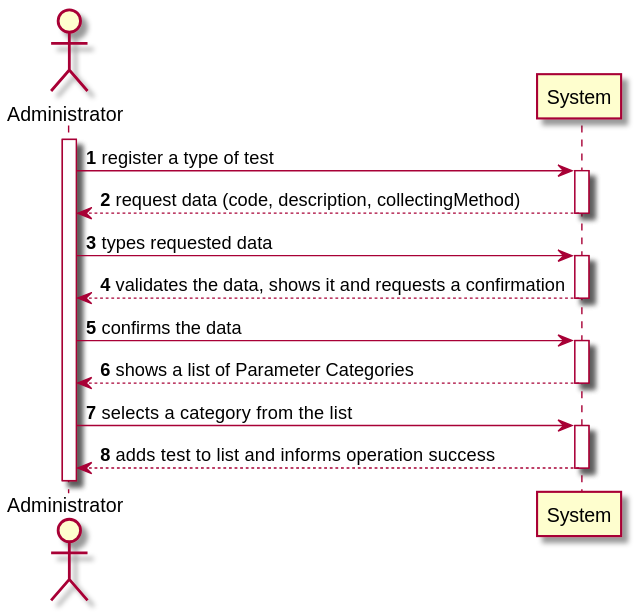
Earlier version of the PlantUML export docs/SprintB/US09/US09-SSD.svg (0franciscor/lei-21-s2-1de-g19).
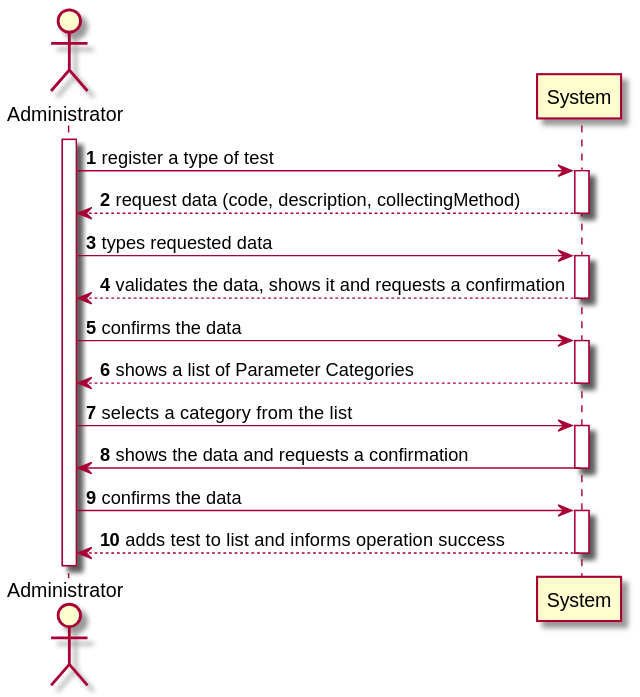
The same file after the commit.

Diff of the diagram source:
```diff
@@ -12,9 +12,8 @@
 admin -> System ++: confirms the data
 System --> admin --: shows a list of Parameter Categories
 admin -> System ++: selects a category from the list
-
+System -> admin --: shows the data and requests a confirmation
+admin -> System ++: confirms the data
 System --> admin --: adds test to list and informs operation success
 
-
-
 @enduml
```
